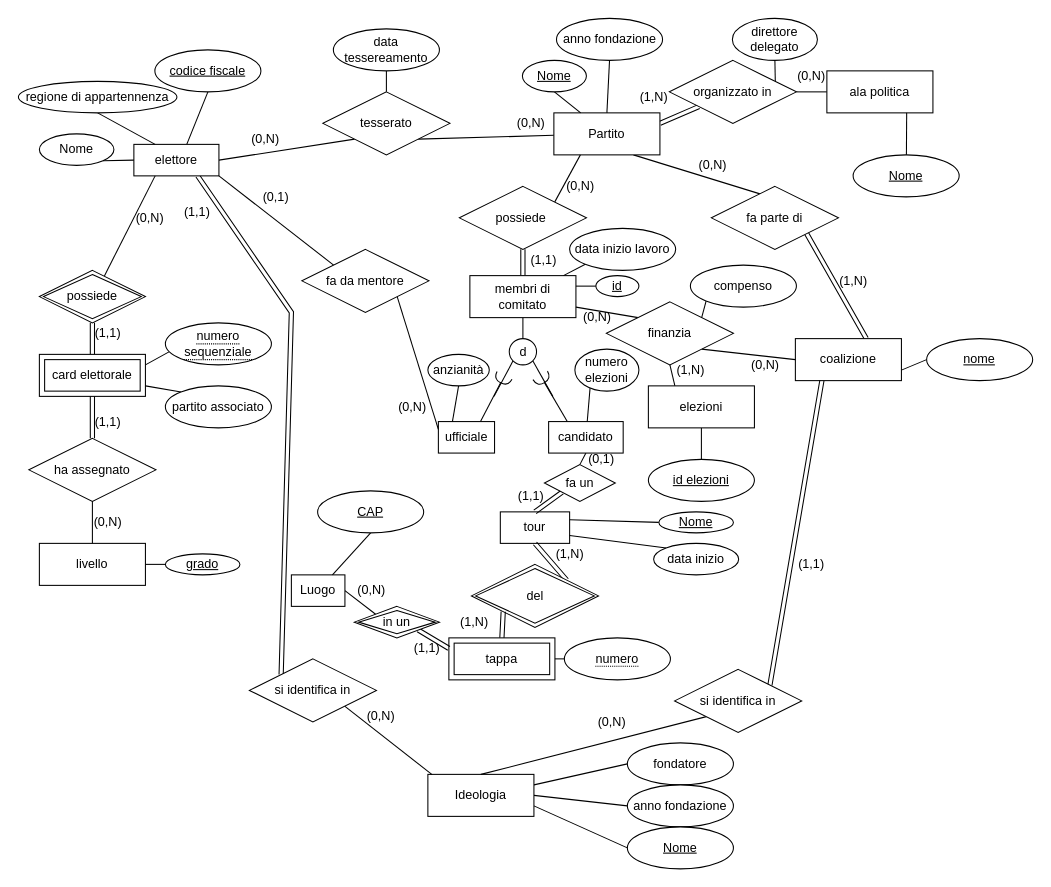
Before: Diagramma senza titolo.drawio in Marco1743/database, a draw.io diagram. Source tidied: cells renumbered, new cells numbered last; positions are measured from the earlier drawing's top-left corner, leaving out a move shared by most shapes. Both pictures are drawn from the tidied source at 105%, with x=0, y=0 at pixel (18, 18).
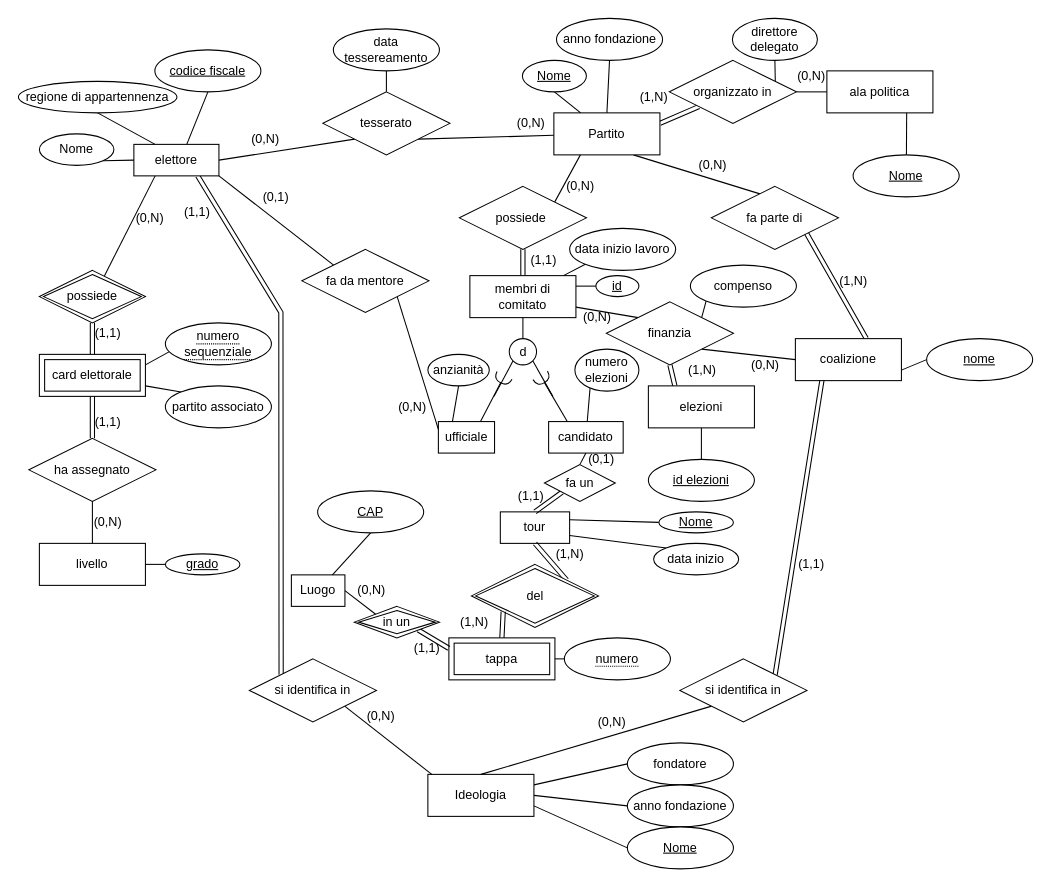
The same diagram, later.

The change refers to these unchanged cells:
```xml
<mxCell id="5" value="elettore" style="rounded=0;whiteSpace=wrap;html=1;" parent="1" vertex="1">
  <mxGeometry x="110" y="120" width="81" height="30" as="geometry" />
</mxCell>
<mxCell id="41" value="si identifica in" style="shape=rhombus;perimeter=rhombusPerimeter;whiteSpace=wrap;html=1;align=center;" parent="1" vertex="1">
  <mxGeometry x="220" y="610" width="121" height="60" as="geometry" />
</mxCell>
<mxCell id="82" value="finanzia" style="shape=rhombus;perimeter=rhombusPerimeter;whiteSpace=wrap;html=1;align=center;" parent="1" vertex="1">
  <mxGeometry x="560" y="270" width="121" height="60" as="geometry" />
</mxCell>
<mxCell id="84" value="elezioni" style="whiteSpace=wrap;html=1;align=center;" parent="1" vertex="1">
  <mxGeometry x="600" y="350" width="101" height="40" as="geometry" />
</mxCell>
```

Change to the diagram source:
```diff
@@
     <mxCell id="4" style="edgeStyle=none;rounded=0;jettySize=auto;html=1;exitX=0.75;exitY=1;exitDx=0;exitDy=0;entryX=0;entryY=0;entryDx=0;entryDy=0;endArrow=none;endFill=0;shape=link;" parent="1" edge="1" source="5" target="41">
       <mxGeometry relative="1" as="geometry">
         <Array as="points">
-          <mxPoint x="260" y="280" />
+          <mxPoint x="250" y="280" />
         </Array>
       </mxGeometry>
     </mxCell>
@@
     <mxCell id="47" value="si identifica in" style="shape=rhombus;perimeter=rhombusPerimeter;whiteSpace=wrap;html=1;align=center;" parent="1" vertex="1">
-      <mxGeometry x="625" y="620" width="121" height="60" as="geometry" />
+      <mxGeometry x="630" y="610" width="121" height="60" as="geometry" />
     </mxCell>
@@
-    <mxCell id="81" style="edgeStyle=none;rounded=0;jettySize=auto;html=1;exitX=0.5;exitY=1;exitDx=0;exitDy=0;entryX=0.25;entryY=0;entryDx=0;entryDy=0;endArrow=none;endFill=0;" parent="1" edge="1" source="82" target="84">
+    <mxCell id="81" style="edgeStyle=none;rounded=0;jettySize=auto;html=1;exitX=0.5;exitY=1;exitDx=0;exitDy=0;entryX=0.25;entryY=0;entryDx=0;entryDy=0;endArrow=none;endFill=0;shape=link;" parent="1" edge="1" source="82" target="84">
       <mxGeometry relative="1" as="geometry" />
     </mxCell>
@@
     <mxCell id="128" value="(1,N)" style="text;html=1;align=center;verticalAlign=middle;strokeColor=none;fillColor=none;" parent="1" vertex="1">
-      <mxGeometry x="615" y="320" width="50" height="30" as="geometry" />
+      <mxGeometry x="626" y="320" width="50" height="30" as="geometry" />
     </mxCell>
```
